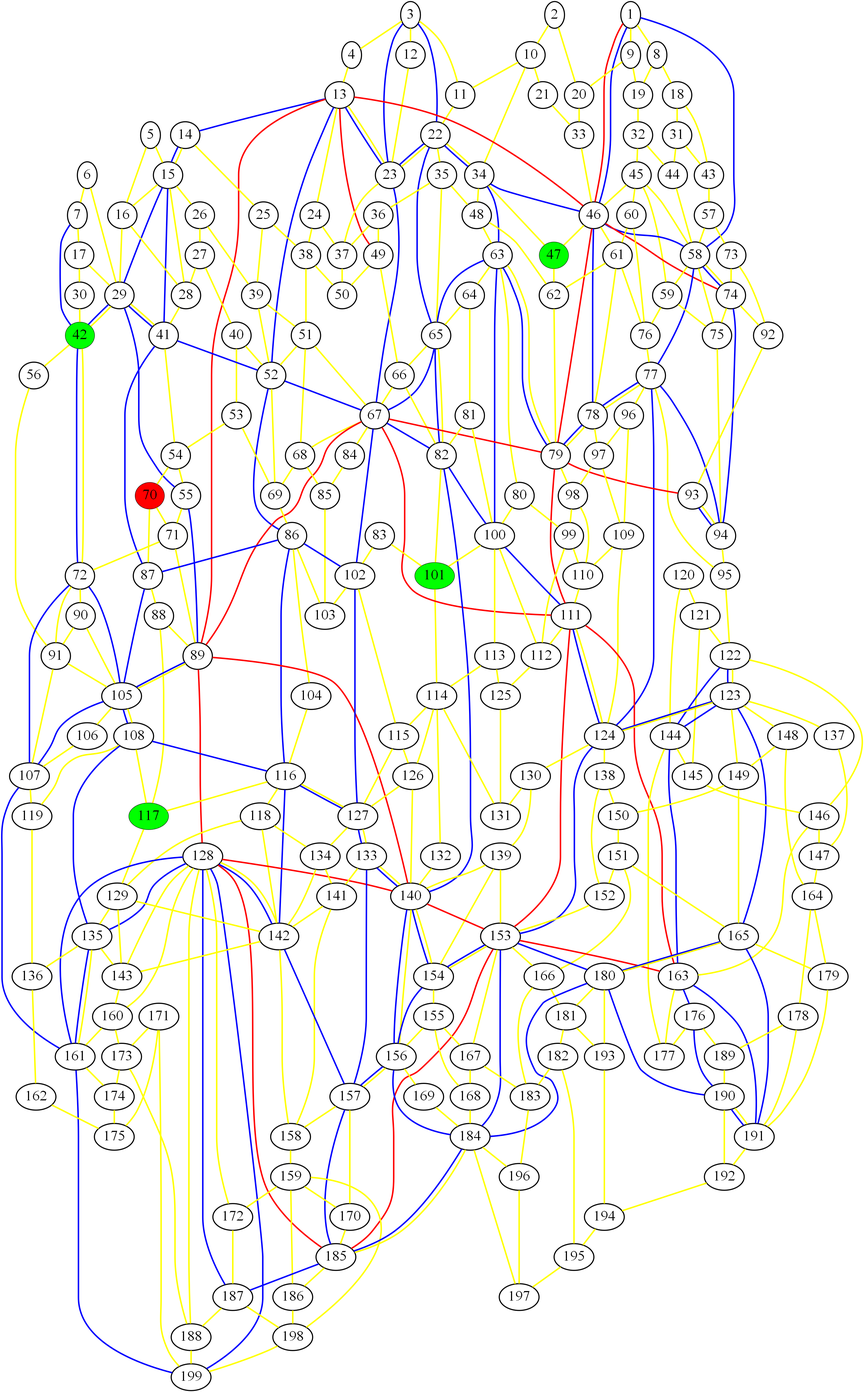
The Graphviz diagram end_graph.png in ed-churchill/complex-systems-project, before a commit. Its source is kept beside it as end_graph.gv.
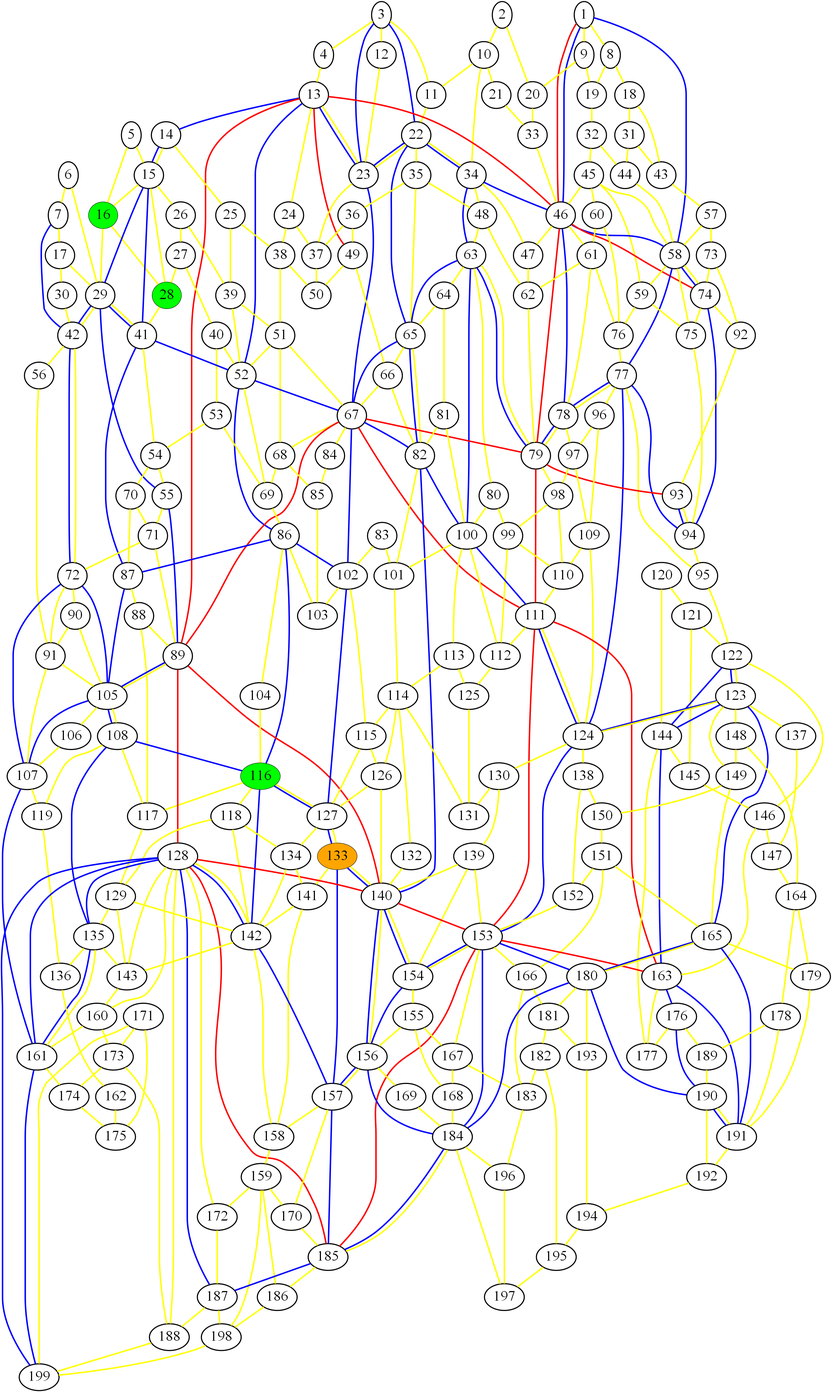
Later version of the same file.

Diff of the diagram source:
```diff
@@ -1,9 +1,8 @@
 graph london_graph {
-70 [fillcolor=red, fontsize=40, pendwidth=3, style=filled];
-42 [fillcolor=green, fontsize=40, pendwidth=3, style=filled];
-47 [fillcolor=green, fontsize=40, pendwidth=3, style=filled];
-117 [fillcolor=green, fontsize=40, pendwidth=3, style=filled];
-101 [fillcolor=green, fontsize=40, pendwidth=3, style=filled];
+133 [fillcolor=orange, fontsize=40, pendwidth=3, style=filled];
+28 [fillcolor=green, fontsize=40, pendwidth=3, style=filled];
+116 [fillcolor=green, fontsize=40, pendwidth=3, style=filled];
+16 [fillcolor=green, fontsize=40, pendwidth=3, style=filled];
 1 [fontsize=40, penwidth=3];
 2 [fontsize=40, penwidth=3];
 3 [fontsize=40, penwidth=3];
@@ -19,7 +18,6 @@
 13 [fontsize=40, penwidth=3];
 14 [fontsize=40, penwidth=3];
 15 [fontsize=40, penwidth=3];
-16 [fontsize=40, penwidth=3];
 17 [fontsize=40, penwidth=3];
 18 [fontsize=40, penwidth=3];
 19 [fontsize=40, penwidth=3];
@@ -31,7 +29,6 @@
 25 [fontsize=40, penwidth=3];
 26 [fontsize=40, penwidth=3];
 27 [fontsize=40, penwidth=3];
-28 [fontsize=40, penwidth=3];
 29 [fontsize=40, penwidth=3];
 30 [fontsize=40, penwidth=3];
 31 [fontsize=40, penwidth=3];
@@ -45,10 +42,12 @@
 39 [fontsize=40, penwidth=3];
 40 [fontsize=40, penwidth=3];
 41 [fontsize=40, penwidth=3];
+42 [fontsize=40, penwidth=3];
 43 [fontsize=40, penwidth=3];
 44 [fontsize=40, penwidth=3];
 45 [fontsize=40, penwidth=3];
 46 [fontsize=40, penwidth=3];
+47 [fontsize=40, penwidth=3];
 48 [fontsize=40, penwidth=3];
 49 [fontsize=40, penwidth=3];
 50 [fontsize=40, penwidth=3];
@@ -71,6 +70,7 @@
 67 [fontsize=40, penwidth=3];
 68 [fontsize=40, penwidth=3];
 69 [fontsize=40, penwidth=3];
+70 [fontsize=40, penwidth=3];
 71 [fontsize=40, penwidth=3];
 72 [fontsize=40, penwidth=3];
 73 [fontsize=40, penwidth=3];
@@ -101,6 +101,7 @@
 98 [fontsize=40, penwidth=3];
 99 [fontsize=40, penwidth=3];
 100 [fontsize=40, penwidth=3];
+101 [fontsize=40, penwidth=3];
 102 [fontsize=40, penwidth=3];
 103 [fontsize=40, penwidth=3];
 104 [fontsize=40, penwidth=3];
@@ -115,7 +116,7 @@
 113 [fontsize=40, penwidth=3];
 114 [fontsize=40, penwidth=3];
 115 [fontsize=40, penwidth=3];
-116 [fontsize=40, penwidth=3];
+117 [fontsize=40, penwidth=3];
 118 [fontsize=40, penwidth=3];
 119 [fontsize=40, penwidth=3];
 120 [fontsize=40, penwidth=3];
@@ -131,7 +132,6 @@
 130 [fontsize=40, penwidth=3];
 131 [fontsize=40, penwidth=3];
 132 [fontsize=40, penwidth=3];
-133 [fontsize=40, penwidth=3];
 134 [fontsize=40, penwidth=3];
 135 [fontsize=40, penwidth=3];
 136 [fontsize=40, penwidth=3];
```
